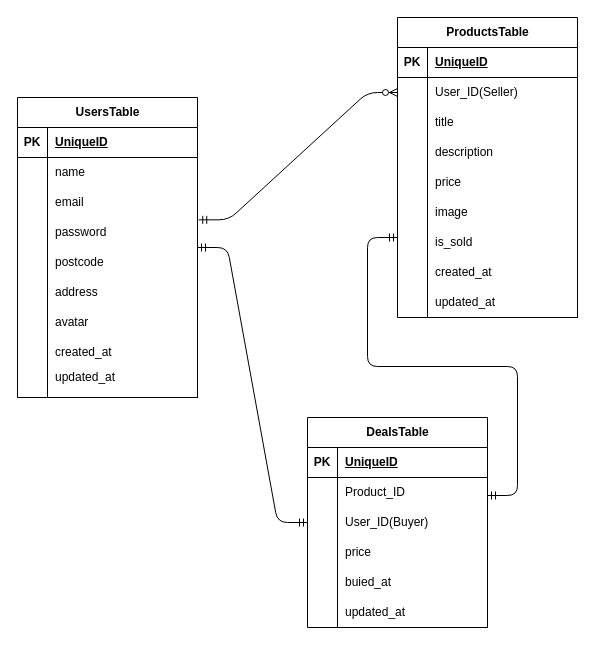
Before: ER図.drawio in crosswoods4096-tech/take-freemarket, a draw.io diagram. Source tidied: cells renumbered, new cells numbered last; positions are measured from the earlier drawing's top-left corner, leaving out a move shared by most shapes. Both pictures are drawn from the tidied source at 100%, with x=0, y=0 at pixel (17, 17).
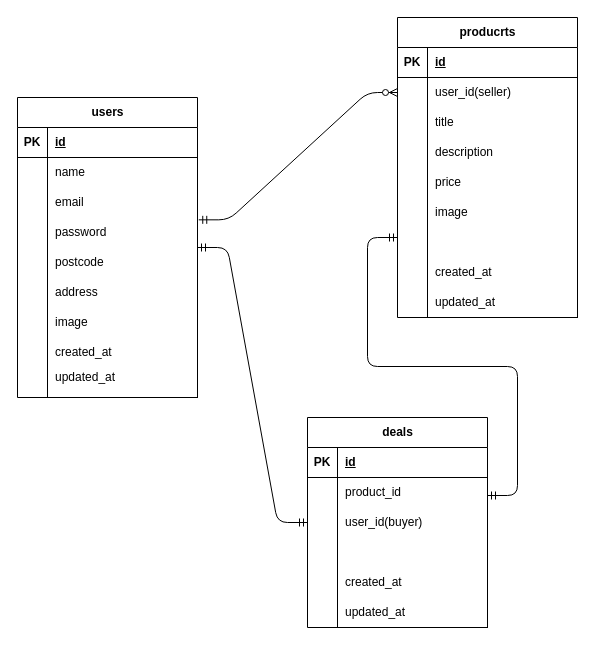
The same page after the edit.

The change refers to these unchanged cells:
```xml
<mxCell id="7" style="shape=tableRow;horizontal=0;startSize=0;swimlaneHead=0;swimlaneBody=0;fillColor=none;top=0;left=0;right=0;bottom=1;" parent="6" vertex="1">
  <mxGeometry y="30" width="180" height="30" as="geometry" />
</mxCell>
<mxCell id="10" style="shape=tableRow;horizontal=0;startSize=0;swimlaneHead=0;swimlaneBody=0;fillColor=none;top=0;left=0;right=0;bottom=0;" parent="6" vertex="1">
  <mxGeometry y="60" width="180" height="30" as="geometry" />
</mxCell>
<mxCell id="13" style="shape=tableRow;horizontal=0;startSize=0;swimlaneHead=0;swimlaneBody=0;fillColor=none;points=[[0,0.5],[1,0.5]];portConstraint=eastwest;top=0;left=0;right=0;bottom=0;" parent="6" vertex="1">
  <mxGeometry y="90" width="180" height="30" as="geometry" />
</mxCell>
<mxCell id="16" style="shape=tableRow;horizontal=0;startSize=0;swimlaneHead=0;swimlaneBody=0;fillColor=none;top=0;left=0;right=0;bottom=0;" parent="6" vertex="1">
  <mxGeometry y="120" width="180" height="30" as="geometry" />
</mxCell>
<mxCell id="30" style="shape=tableRow;horizontal=0;startSize=0;swimlaneHead=0;swimlaneBody=0;fillColor=none;top=0;left=0;right=0;bottom=1;" parent="29" vertex="1">
  <mxGeometry y="30" width="180" height="30" as="geometry" />
</mxCell>
<mxCell id="39" style="shape=tableRow;horizontal=0;startSize=0;swimlaneHead=0;swimlaneBody=0;fillColor=none;points=[[0,0.5],[1,0.5]];portConstraint=eastwest;top=0;left=0;right=0;bottom=0;" parent="29" vertex="1">
  <mxGeometry y="120" width="180" height="30" as="geometry" />
</mxCell>
<mxCell id="48" style="shape=tableRow;horizontal=0;startSize=0;swimlaneHead=0;swimlaneBody=0;fillColor=none;top=0;left=0;right=0;bottom=1;" parent="47" vertex="1">
  <mxGeometry y="30" width="180" height="30" as="geometry" />
</mxCell>
<mxCell id="51" style="shape=tableRow;horizontal=0;startSize=0;swimlaneHead=0;swimlaneBody=0;fillColor=none;points=[[0,0.5],[1,0.5]];portConstraint=eastwest;top=0;left=0;right=0;bottom=0;" parent="47" vertex="1">
  <mxGeometry y="60" width="180" height="30" as="geometry" />
</mxCell>
```

Diff of the diagram source:
```diff
@@
+    <mxCell id="63" style="group;" parent="1" vertex="1">
+      <mxGeometry width="560" height="610" as="geometry" />
+    </mxCell>
-    <mxCell id="2" style="whiteSpace=wrap;html=1;" parent="1" vertex="1">
+    <mxCell id="2" style="whiteSpace=wrap;html=1;" parent="63" vertex="1">
       <mxGeometry x="410" y="60" width="150" height="240" as="geometry" />
     </mxCell>
-    <mxCell id="3" style="shape=partialRectangle;fillColor=none;top=0;left=0;bottom=0;right=0;overflow=hidden;whiteSpace=wrap;html=1;" parent="1" vertex="1">
+    <mxCell id="3" style="shape=partialRectangle;fillColor=none;top=0;left=0;bottom=0;right=0;overflow=hidden;whiteSpace=wrap;html=1;" parent="63" vertex="1">
       <mxGeometry x="200" y="430" width="30" height="30" as="geometry" />
     </mxCell>
-    <mxCell id="4" style="group;" parent="1" vertex="1">
+    <mxCell id="4" style="group;" parent="63" vertex="1">
       <mxGeometry x="290" y="400" width="180" height="210" as="geometry" />
     </mxCell>
@@
-    <mxCell id="6" value="DealsTable" style="shape=table;startSize=30;childLayout=tableLayout;rowLines=0;fontStyle=1;align=center;html=1;" parent="4" vertex="1">
+    <mxCell id="6" value="deals" style="shape=table;startSize=30;childLayout=tableLayout;rowLines=0;fontStyle=1;align=center;html=1;" parent="4" vertex="1">
       <mxGeometry width="180" height="210" as="geometry" />
     </mxCell>
@@
-    <mxCell id="9" value="UniqueID" style="shape=partialRectangle;fillColor=none;top=0;left=0;bottom=0;right=0;align=left;spacingLeft=6;fontStyle=5;overflow=hidden;whiteSpace=wrap;html=1;" parent="7" vertex="1">
+    <mxCell id="9" value="id" style="shape=partialRectangle;fillColor=none;top=0;left=0;bottom=0;right=0;align=left;spacingLeft=6;fontStyle=5;overflow=hidden;whiteSpace=wrap;html=1;" parent="7" vertex="1">
       <mxGeometry x="30" width="150" height="30" as="geometry" />
     </mxCell>
@@
-    <mxCell id="12" value="Product_ID" style="shape=partialRectangle;fillColor=none;top=0;left=0;bottom=0;right=0;align=left;spacingLeft=6;overflow=hidden;whiteSpace=wrap;html=1;" parent="10" vertex="1">
+    <mxCell id="12" value="product_id" style="shape=partialRectangle;fillColor=none;top=0;left=0;bottom=0;right=0;align=left;spacingLeft=6;overflow=hidden;whiteSpace=wrap;html=1;" parent="10" vertex="1">
       <mxGeometry x="30" width="150" height="30" as="geometry" />
     </mxCell>
@@
-    <mxCell id="15" value="User_ID(Buyer)" style="shape=partialRectangle;fillColor=none;top=0;left=0;bottom=0;right=0;align=left;spacingLeft=6;overflow=hidden;whiteSpace=wrap;html=1;" parent="13" vertex="1">
+    <mxCell id="15" value="user_id(buyer)" style="shape=partialRectangle;fillColor=none;top=0;left=0;bottom=0;right=0;align=left;spacingLeft=6;overflow=hidden;whiteSpace=wrap;html=1;" parent="13" vertex="1">
       <mxGeometry x="30" width="150" height="30" as="geometry" />
     </mxCell>
@@
-    <mxCell id="18" value="price" style="shape=partialRectangle;fillColor=none;top=0;left=0;bottom=0;right=0;align=left;spacingLeft=6;overflow=hidden;whiteSpace=wrap;html=1;" parent="16" vertex="1">
+    <mxCell id="18" style="shape=partialRectangle;fillColor=none;top=0;left=0;bottom=0;right=0;align=left;spacingLeft=6;overflow=hidden;whiteSpace=wrap;html=1;" parent="16" vertex="1">
       <mxGeometry x="30" width="150" height="30" as="geometry" />
     </mxCell>
-    <mxCell id="19" value="buied_at" style="shape=partialRectangle;fillColor=none;top=0;left=0;bottom=0;right=0;align=left;spacingLeft=6;overflow=hidden;whiteSpace=wrap;html=1;" parent="4" vertex="1">
+    <mxCell id="19" value="created_at" style="shape=partialRectangle;fillColor=none;top=0;left=0;bottom=0;right=0;align=left;spacingLeft=6;overflow=hidden;whiteSpace=wrap;html=1;" parent="4" vertex="1">
       <mxGeometry x="30" y="150" width="150" height="30" as="geometry" />
     </mxCell>
@@
-    <mxCell id="21" style="group;" parent="1" vertex="1">
+    <mxCell id="21" style="group;" parent="63" vertex="1">
       <mxGeometry x="380" width="180" height="300" as="geometry" />
     </mxCell>
@@
-    <mxCell id="24" value="is_sold" style="shape=partialRectangle;fillColor=none;top=0;left=0;bottom=0;right=0;align=left;spacingLeft=6;overflow=hidden;whiteSpace=wrap;html=1;" parent="21" vertex="1">
+    <mxCell id="24" style="shape=partialRectangle;fillColor=none;top=0;left=0;bottom=0;right=0;align=left;spacingLeft=6;overflow=hidden;whiteSpace=wrap;html=1;" parent="21" vertex="1">
       <mxGeometry x="30" y="210" width="150" height="30" as="geometry" />
     </mxCell>
@@
-    <mxCell id="27" style="group;" parent="1" vertex="1">
+    <mxCell id="27" style="group;" parent="63" vertex="1">
       <mxGeometry y="80" width="180" height="300" as="geometry" />
     </mxCell>
@@
-    <mxCell id="29" value="UsersTable" style="shape=table;startSize=30;childLayout=tableLayout;rowLines=0;fontStyle=1;align=center;html=1;" parent="27" vertex="1">
+    <mxCell id="29" value="users" style="shape=table;startSize=30;childLayout=tableLayout;rowLines=0;fontStyle=1;align=center;html=1;" parent="27" vertex="1">
       <mxGeometry width="180" height="300" as="geometry" />
     </mxCell>
@@
-    <mxCell id="32" value="UniqueID" style="shape=partialRectangle;fillColor=none;top=0;left=0;bottom=0;right=0;align=left;spacingLeft=6;fontStyle=5;overflow=hidden;whiteSpace=wrap;html=1;" parent="30" vertex="1">
+    <mxCell id="32" value="id" style="shape=partialRectangle;fillColor=none;top=0;left=0;bottom=0;right=0;align=left;spacingLeft=6;fontStyle=5;overflow=hidden;whiteSpace=wrap;html=1;" parent="30" vertex="1">
       <mxGeometry x="30" width="150" height="30" as="geometry" />
     </mxCell>
@@
-    <mxCell id="44" value="avatar" style="shape=partialRectangle;fillColor=none;top=0;left=0;bottom=0;right=0;align=left;spacingLeft=6;overflow=hidden;whiteSpace=wrap;html=1;" parent="27" vertex="1">
+    <mxCell id="44" value="image" style="shape=partialRectangle;fillColor=none;top=0;left=0;bottom=0;right=0;align=left;spacingLeft=6;overflow=hidden;whiteSpace=wrap;html=1;" parent="27" vertex="1">
       <mxGeometry x="30" y="210" width="150" height="30" as="geometry" />
     </mxCell>
@@
-    <mxCell id="47" value="ProductsTable" style="shape=table;startSize=30;childLayout=tableLayout;rowLines=0;fontStyle=1;align=center;html=1;" parent="1" vertex="1">
+    <mxCell id="47" value="producrts" style="shape=table;startSize=30;childLayout=tableLayout;rowLines=0;fontStyle=1;align=center;html=1;" parent="63" vertex="1">
       <mxGeometry x="380" width="180" height="300" as="geometry" />
     </mxCell>
@@
-    <mxCell id="50" value="UniqueID" style="shape=partialRectangle;fillColor=none;top=0;left=0;bottom=0;right=0;align=left;spacingLeft=6;fontStyle=5;overflow=hidden;whiteSpace=wrap;html=1;" parent="48" vertex="1">
+    <mxCell id="50" value="id" style="shape=partialRectangle;fillColor=none;top=0;left=0;bottom=0;right=0;align=left;spacingLeft=6;fontStyle=5;overflow=hidden;whiteSpace=wrap;html=1;" parent="48" vertex="1">
       <mxGeometry x="30" width="150" height="30" as="geometry" />
     </mxCell>
@@
-    <mxCell id="53" value="User_ID(Seller)" style="shape=partialRectangle;fillColor=none;top=0;left=0;bottom=0;right=0;align=left;spacingLeft=6;overflow=hidden;whiteSpace=wrap;html=1;" parent="51" vertex="1">
+    <mxCell id="53" value="user_id(seller)" style="shape=partialRectangle;fillColor=none;top=0;left=0;bottom=0;right=0;align=left;spacingLeft=6;overflow=hidden;whiteSpace=wrap;html=1;" parent="51" vertex="1">
       <mxGeometry x="30" width="150" height="30" as="geometry" />
     </mxCell>
@@
-    <mxCell id="60" style="edgeStyle=entityRelationEdgeStyle;fontSize=12;html=1;endArrow=ERzeroToMany;startArrow=ERmandOne;exitX=1.007;exitY=0.078;exitDx=0;exitDy=0;exitPerimeter=0;entryX=0;entryY=0.5;entryDx=0;entryDy=0;" parent="1" edge="1" source="39" target="51">
+    <mxCell id="60" style="edgeStyle=entityRelationEdgeStyle;fontSize=12;html=1;endArrow=ERzeroToMany;startArrow=ERmandOne;exitX=1.007;exitY=0.078;exitDx=0;exitDy=0;exitPerimeter=0;entryX=0;entryY=0.5;entryDx=0;entryDy=0;" parent="63" edge="1" source="39" target="51">
       <mxGeometry relative="1" as="geometry">
         <Array as="points">
           <mxPoint x="230" y="170" />
         </Array>
       </mxGeometry>
     </mxCell>
-    <mxCell id="61" style="edgeStyle=entityRelationEdgeStyle;fontSize=12;html=1;endArrow=ERmandOne;startArrow=ERmandOne;" parent="1" edge="1">
+    <mxCell id="61" style="edgeStyle=entityRelationEdgeStyle;fontSize=12;html=1;endArrow=ERmandOne;startArrow=ERmandOne;" parent="63" edge="1">
       <mxGeometry relative="1" as="geometry">
         <mxPoint x="470" y="478" as="sourcePoint" />
         <mxPoint x="380" y="220" as="targetPoint" />
         <Array as="points">
           <mxPoint x="500" y="480" />
         </Array>
       </mxGeometry>
     </mxCell>
-    <mxCell id="62" style="edgeStyle=entityRelationEdgeStyle;fontSize=12;html=1;endArrow=ERmandOne;startArrow=ERmandOne;entryX=0;entryY=0.5;entryDx=0;entryDy=0;" parent="1" edge="1" target="13">
+    <mxCell id="62" style="edgeStyle=entityRelationEdgeStyle;fontSize=12;html=1;endArrow=ERmandOne;startArrow=ERmandOne;entryX=0;entryY=0.5;entryDx=0;entryDy=0;" parent="63" edge="1" target="13">
       <mxGeometry relative="1" as="geometry">
         <mxPoint x="180" y="230" as="sourcePoint" />
       </mxGeometry>
     </mxCell>
```
